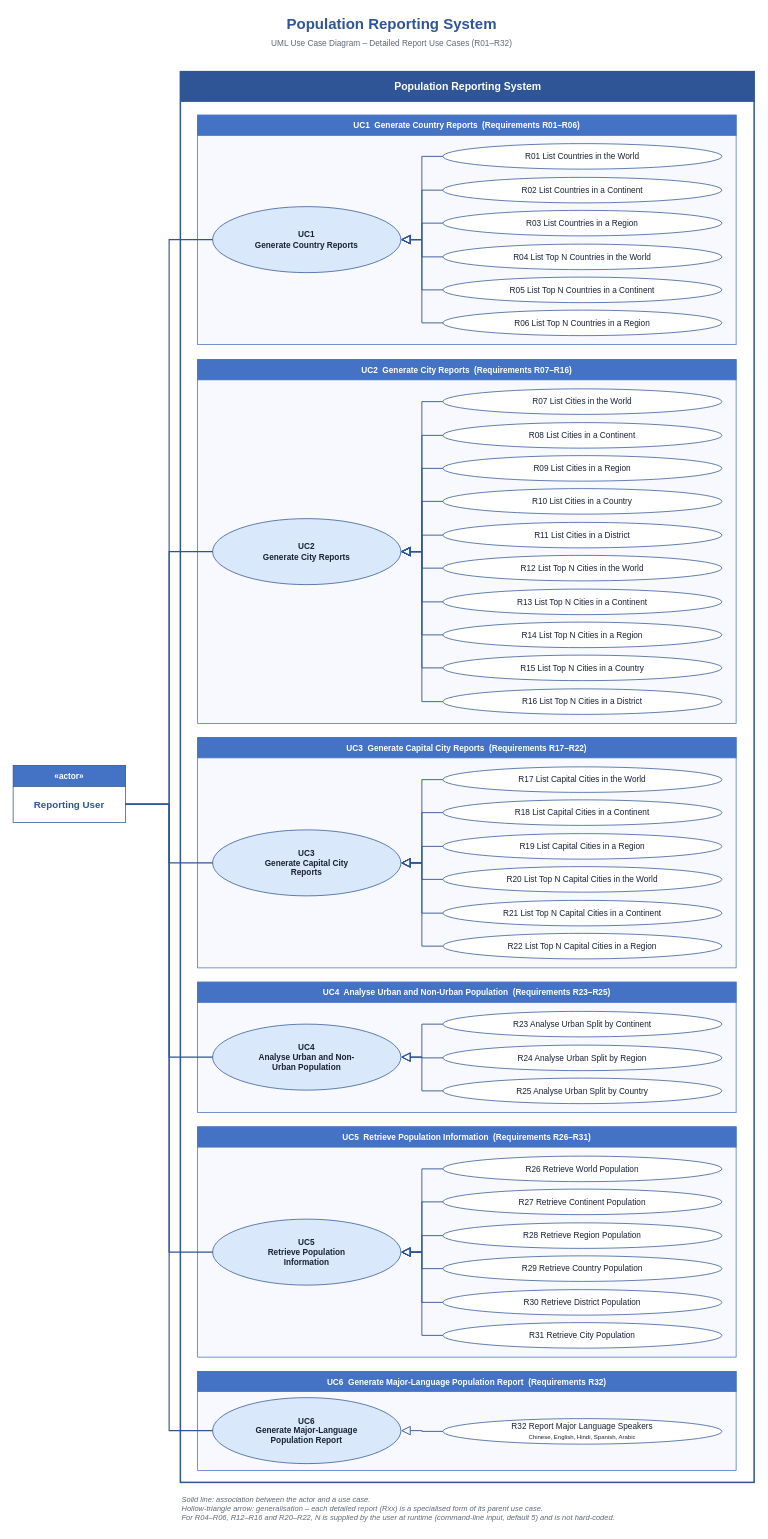
Earlier version of the draw.io diagram page "Page 2 - Detailed" (2 of 2) of docs/use-cases/use-case-diagram.drawio (40842799/group24_project). Source tidied: cells renumbered, new cells numbered last; positions are measured from the earlier drawing's top-left corner, leaving out a move shared by most shapes. Both pictures are drawn from the tidied source at 75%, with x=0, y=0 at pixel (13, 13).
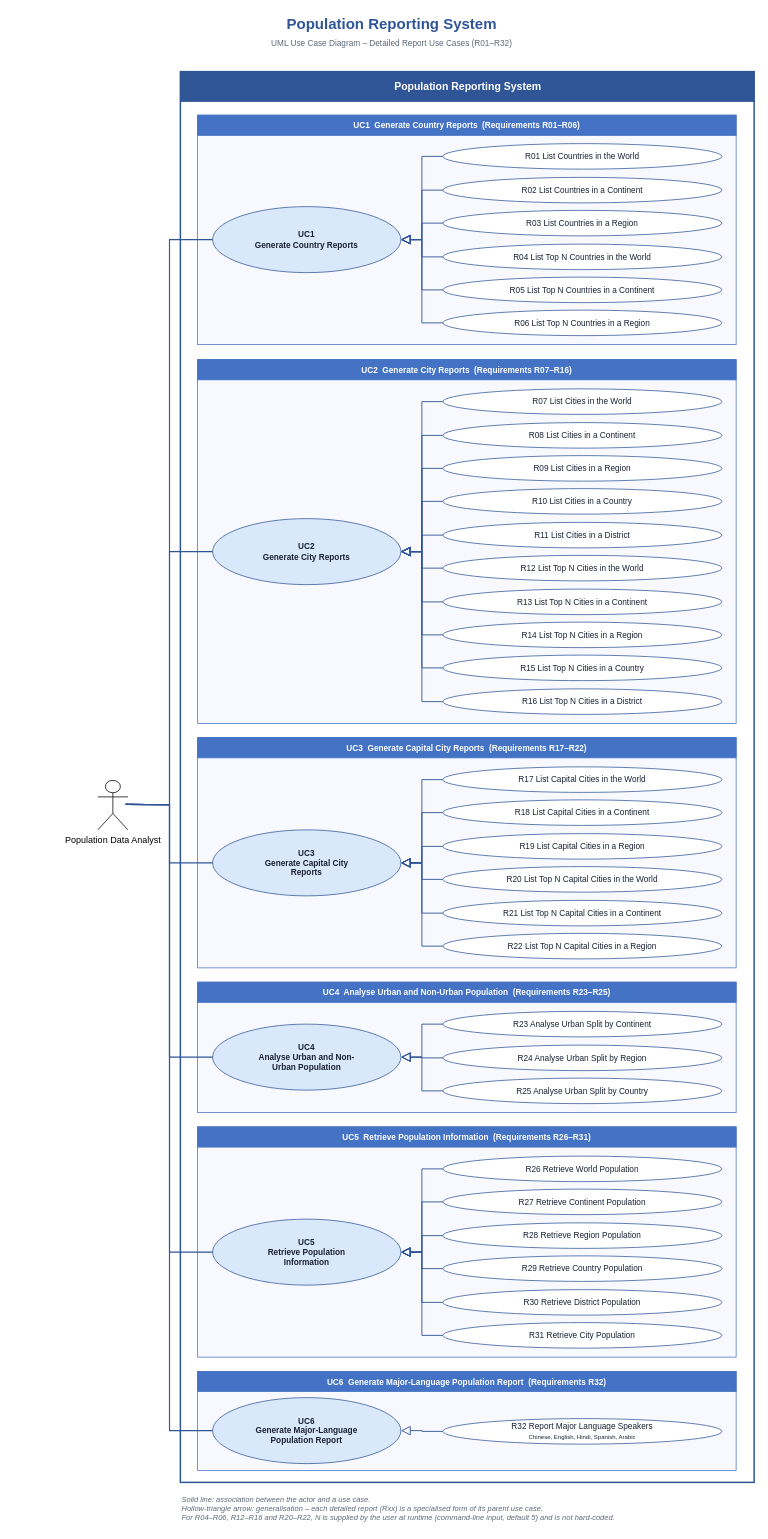
Above is the later version.

Commit message (it also covers changes not shown here):
Update use case diagrams with Population Data Analyst actor

The change refers to these unchanged cells:
```xml
<mxCell id="10" value="&lt;b&gt;UC1&lt;/b&gt;&lt;br&gt;&lt;b&gt;Generate Country Reports&lt;/b&gt;" style="ellipse;whiteSpace=wrap;html=1;fillColor=#DAE8FC;strokeColor=#2F5597;fontSize=11;fontColor=#1A2233;" parent="1" vertex="1">
  <mxGeometry x="266" y="258" width="251" height="88" as="geometry" />
</mxCell>
<mxCell id="26" value="&lt;b&gt;UC2&lt;/b&gt;&lt;br&gt;&lt;b&gt;Generate City Reports&lt;/b&gt;" style="ellipse;whiteSpace=wrap;html=1;fillColor=#DAE8FC;strokeColor=#2F5597;fontSize=11;fontColor=#1A2233;" parent="1" vertex="1">
  <mxGeometry x="266" y="674" width="251" height="88" as="geometry" />
</mxCell>
<mxCell id="50" value="&lt;b&gt;UC3&lt;/b&gt;&lt;br&gt;&lt;b&gt;Generate Capital City&lt;br&gt;Reports&lt;/b&gt;" style="ellipse;whiteSpace=wrap;html=1;fillColor=#DAE8FC;strokeColor=#2F5597;fontSize=11;fontColor=#1A2233;" parent="1" vertex="1">
  <mxGeometry x="266" y="1089" width="251" height="88" as="geometry" />
</mxCell>
<mxCell id="66" value="&lt;b&gt;UC4&lt;/b&gt;&lt;br&gt;&lt;b&gt;Analyse Urban and Non-&lt;br&gt;Urban Population&lt;/b&gt;" style="ellipse;whiteSpace=wrap;html=1;fillColor=#DAE8FC;strokeColor=#2F5597;fontSize=11;fontColor=#1A2233;" parent="1" vertex="1">
  <mxGeometry x="266" y="1348" width="251" height="88" as="geometry" />
</mxCell>
<mxCell id="76" value="&lt;b&gt;UC5&lt;/b&gt;&lt;br&gt;&lt;b&gt;Retrieve Population&lt;br&gt;Information&lt;/b&gt;" style="ellipse;whiteSpace=wrap;html=1;fillColor=#DAE8FC;strokeColor=#2F5597;fontSize=11;fontColor=#1A2233;" parent="1" vertex="1">
  <mxGeometry x="266" y="1608" width="251" height="88" as="geometry" />
</mxCell>
<mxCell id="92" value="&lt;b&gt;UC6&lt;/b&gt;&lt;br&gt;&lt;b&gt;Generate Major-Language&lt;br&gt;Population Report&lt;/b&gt;" style="ellipse;whiteSpace=wrap;html=1;fillColor=#DAE8FC;strokeColor=#2F5597;fontSize=11;fontColor=#1A2233;" parent="1" vertex="1">
  <mxGeometry x="266" y="1846" width="251" height="88" as="geometry" />
</mxCell>
```

What changed in the source:
```diff
@@
-    <mxCell id="6" value="«actor»" style="rounded=0;html=1;whiteSpace=wrap;fillColor=#4472C4;strokeColor=#2F5597;fontColor=#FFFFFF;fontStyle=1;fontSize=11;" parent="1" vertex="1">
-      <mxGeometry y="1003" width="150" height="28" as="geometry" />
-    </mxCell>
-    <mxCell id="7" value="Reporting User" style="rounded=0;html=1;whiteSpace=wrap;fillColor=#FFFFFF;strokeColor=#2F5597;fontColor=#2F5597;fontStyle=1;fontSize=13;" parent="1" vertex="1">
-      <mxGeometry y="1031" width="150" height="48" as="geometry" />
-    </mxCell>
@@
-    <mxCell id="11" style="endArrow=none;html=1;strokeColor=#2F5597;strokeWidth=1.5;edgeStyle=orthogonalEdgeStyle;rounded=0;exitX=1;exitY=0.5;exitDx=0;exitDy=0;entryX=0;entryY=0.5;entryDx=0;entryDy=0;" parent="1" edge="1" source="7" target="10">
-      <mxGeometry relative="1" as="geometry" />
+    <mxCell id="11" style="endArrow=none;html=1;strokeColor=#2F5597;strokeWidth=1.5;edgeStyle=orthogonalEdgeStyle;rounded=0;exitX=1;exitY=0.5;exitDx=0;exitDy=0;entryX=0;entryY=0.5;entryDx=0;entryDy=0;" parent="1" edge="1" target="10">
+      <mxGeometry relative="1" as="geometry">
+        <mxPoint x="150" y="1055" as="sourcePoint" />
+      </mxGeometry>
     </mxCell>
@@
-    <mxCell id="27" style="endArrow=none;html=1;strokeColor=#2F5597;strokeWidth=1.5;edgeStyle=orthogonalEdgeStyle;rounded=0;exitX=1;exitY=0.5;exitDx=0;exitDy=0;entryX=0;entryY=0.5;entryDx=0;entryDy=0;" parent="1" edge="1" source="7" target="26">
-      <mxGeometry relative="1" as="geometry" />
+    <mxCell id="27" style="endArrow=none;html=1;strokeColor=#2F5597;strokeWidth=1.5;edgeStyle=orthogonalEdgeStyle;rounded=0;exitX=1;exitY=0.5;exitDx=0;exitDy=0;entryX=0;entryY=0.5;entryDx=0;entryDy=0;" parent="1" edge="1" target="26">
+      <mxGeometry relative="1" as="geometry">
+        <mxPoint x="150" y="1055" as="sourcePoint" />
+      </mxGeometry>
     </mxCell>
@@
-    <mxCell id="51" style="endArrow=none;html=1;strokeColor=#2F5597;strokeWidth=1.5;edgeStyle=orthogonalEdgeStyle;rounded=0;exitX=1;exitY=0.5;exitDx=0;exitDy=0;entryX=0;entryY=0.5;entryDx=0;entryDy=0;" parent="1" edge="1" source="7" target="50">
-      <mxGeometry relative="1" as="geometry" />
+    <mxCell id="51" style="endArrow=none;html=1;strokeColor=#2F5597;strokeWidth=1.5;edgeStyle=orthogonalEdgeStyle;rounded=0;exitX=1;exitY=0.5;exitDx=0;exitDy=0;entryX=0;entryY=0.5;entryDx=0;entryDy=0;" parent="1" edge="1" target="50">
+      <mxGeometry relative="1" as="geometry">
+        <mxPoint x="150" y="1055" as="sourcePoint" />
+      </mxGeometry>
     </mxCell>
@@
-    <mxCell id="67" style="endArrow=none;html=1;strokeColor=#2F5597;strokeWidth=1.5;edgeStyle=orthogonalEdgeStyle;rounded=0;exitX=1;exitY=0.5;exitDx=0;exitDy=0;entryX=0;entryY=0.5;entryDx=0;entryDy=0;" parent="1" edge="1" source="7" target="66">
-      <mxGeometry relative="1" as="geometry" />
+    <mxCell id="67" style="endArrow=none;html=1;strokeColor=#2F5597;strokeWidth=1.5;edgeStyle=orthogonalEdgeStyle;rounded=0;exitX=1;exitY=0.5;exitDx=0;exitDy=0;entryX=0;entryY=0.5;entryDx=0;entryDy=0;" parent="1" edge="1" target="66">
+      <mxGeometry relative="1" as="geometry">
+        <mxPoint x="150" y="1055" as="sourcePoint" />
+      </mxGeometry>
     </mxCell>
@@
-    <mxCell id="77" style="endArrow=none;html=1;strokeColor=#2F5597;strokeWidth=1.5;edgeStyle=orthogonalEdgeStyle;rounded=0;exitX=1;exitY=0.5;exitDx=0;exitDy=0;entryX=0;entryY=0.5;entryDx=0;entryDy=0;" parent="1" edge="1" source="7" target="76">
-      <mxGeometry relative="1" as="geometry" />
+    <mxCell id="77" style="endArrow=none;html=1;strokeColor=#2F5597;strokeWidth=1.5;edgeStyle=orthogonalEdgeStyle;rounded=0;exitX=1;exitY=0.5;exitDx=0;exitDy=0;entryX=0;entryY=0.5;entryDx=0;entryDy=0;" parent="1" edge="1" target="76">
+      <mxGeometry relative="1" as="geometry">
+        <mxPoint x="150" y="1055" as="sourcePoint" />
+      </mxGeometry>
     </mxCell>
@@
-    <mxCell id="93" style="endArrow=none;html=1;strokeColor=#2F5597;strokeWidth=1.5;edgeStyle=orthogonalEdgeStyle;rounded=0;exitX=1;exitY=0.5;exitDx=0;exitDy=0;entryX=0;entryY=0.5;entryDx=0;entryDy=0;" parent="1" edge="1" source="7" target="92">
-      <mxGeometry relative="1" as="geometry" />
+    <mxCell id="93" style="endArrow=none;html=1;strokeColor=#2F5597;strokeWidth=1.5;edgeStyle=orthogonalEdgeStyle;rounded=0;exitX=1;exitY=0.5;exitDx=0;exitDy=0;entryX=0;entryY=0.5;entryDx=0;entryDy=0;" parent="1" edge="1" target="92">
+      <mxGeometry relative="1" as="geometry">
+        <mxPoint x="150" y="1055" as="sourcePoint" />
+      </mxGeometry>
     </mxCell>
@@
+    <mxCell id="97" value="Population Data Analyst" style="shape=umlActor;verticalLabelPosition=bottom;verticalAlign=top;html=1;labelPerimeter=1;" parent="1" vertex="1">
+      <mxGeometry x="113" y="1023" width="40" height="66" as="geometry" />
+    </mxCell>
```
